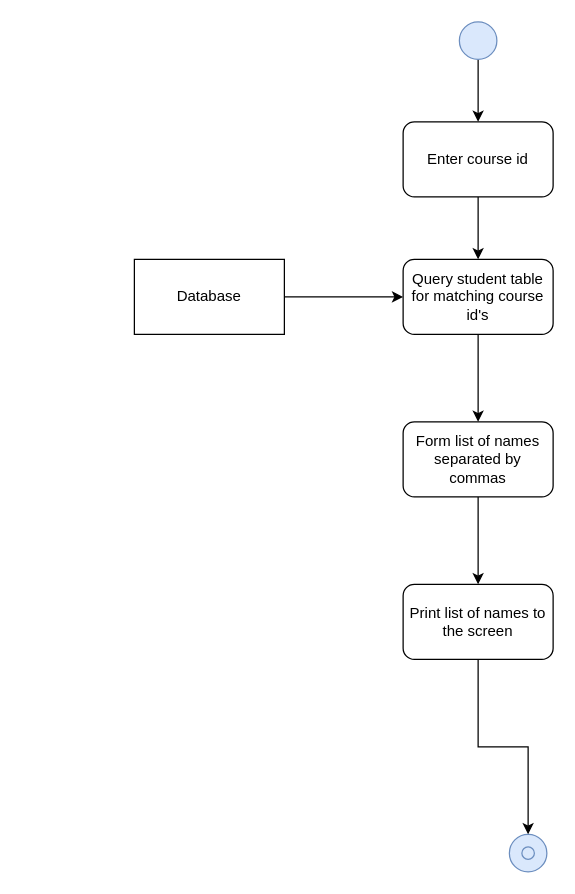
Earlier version of the draw.io diagram print_course_roster_activity_model.drawio (peterklem/CURSE). Source tidied: cells renumbered, new cells numbered last; positions are measured from the earlier drawing's top-left corner, leaving out a move shared by most shapes. Both pictures are drawn from the tidied source at 125%, with x=0, y=0 at pixel (134, 21).
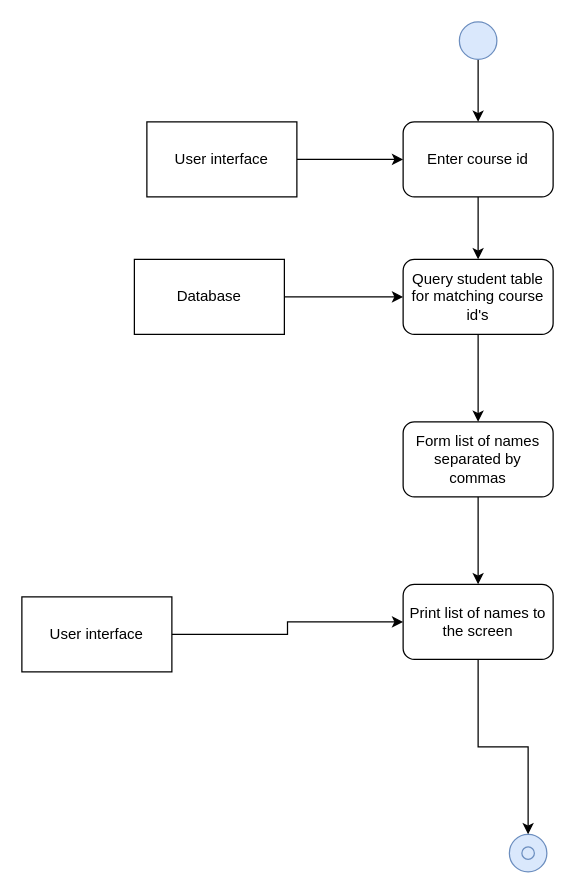
After the change.

Commit message:
added external systems

The change refers to these unchanged cells:
```xml
<mxCell id="8" value="Enter course id" style="rounded=1;whiteSpace=wrap;html=1;" parent="1" vertex="1">
  <mxGeometry x="215" y="80" width="120" height="60" as="geometry" />
</mxCell>
<mxCell id="16" value="Print list of names to the screen" style="rounded=1;whiteSpace=wrap;html=1;" parent="1" vertex="1">
  <mxGeometry x="215" y="450" width="120" height="60" as="geometry" />
</mxCell>
```

The edit, as a diff of the source:
```diff
@@
+    <mxCell id="17" style="edgeStyle=orthogonalEdgeStyle;rounded=0;jettySize=auto;html=1;exitX=1;exitY=0.5;exitDx=0;exitDy=0;entryX=0;entryY=0.5;entryDx=0;entryDy=0;" parent="1" edge="1" source="18" target="8">
+      <mxGeometry relative="1" as="geometry" />
+    </mxCell>
+    <mxCell id="18" value="User interface" style="rounded=0;whiteSpace=wrap;html=1;" parent="1" vertex="1">
+      <mxGeometry x="10" y="80" width="120" height="60" as="geometry" />
+    </mxCell>
+    <mxCell id="19" style="edgeStyle=orthogonalEdgeStyle;rounded=0;jettySize=auto;html=1;exitX=1;exitY=0.5;exitDx=0;exitDy=0;entryX=0;entryY=0.5;entryDx=0;entryDy=0;" parent="1" edge="1" source="20" target="16">
+      <mxGeometry relative="1" as="geometry" />
+    </mxCell>
+    <mxCell id="20" value="User interface" style="rounded=0;whiteSpace=wrap;html=1;" parent="1" vertex="1">
+      <mxGeometry x="-90" y="460" width="120" height="60" as="geometry" />
+    </mxCell>
```
